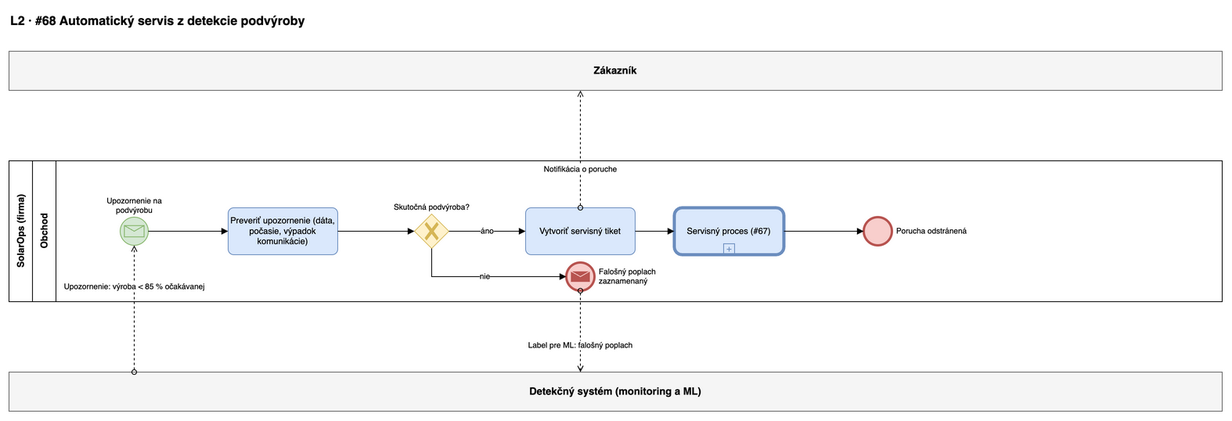
Earlier version of the draw.io export docs/bpmn/png/68-automaticky-servis.drawio.png (takacmichal/AISPU). Source tidied: cells renumbered, new cells last; positions are measured from the earlier drawing's top-left corner, leaving out a move shared by most shapes.
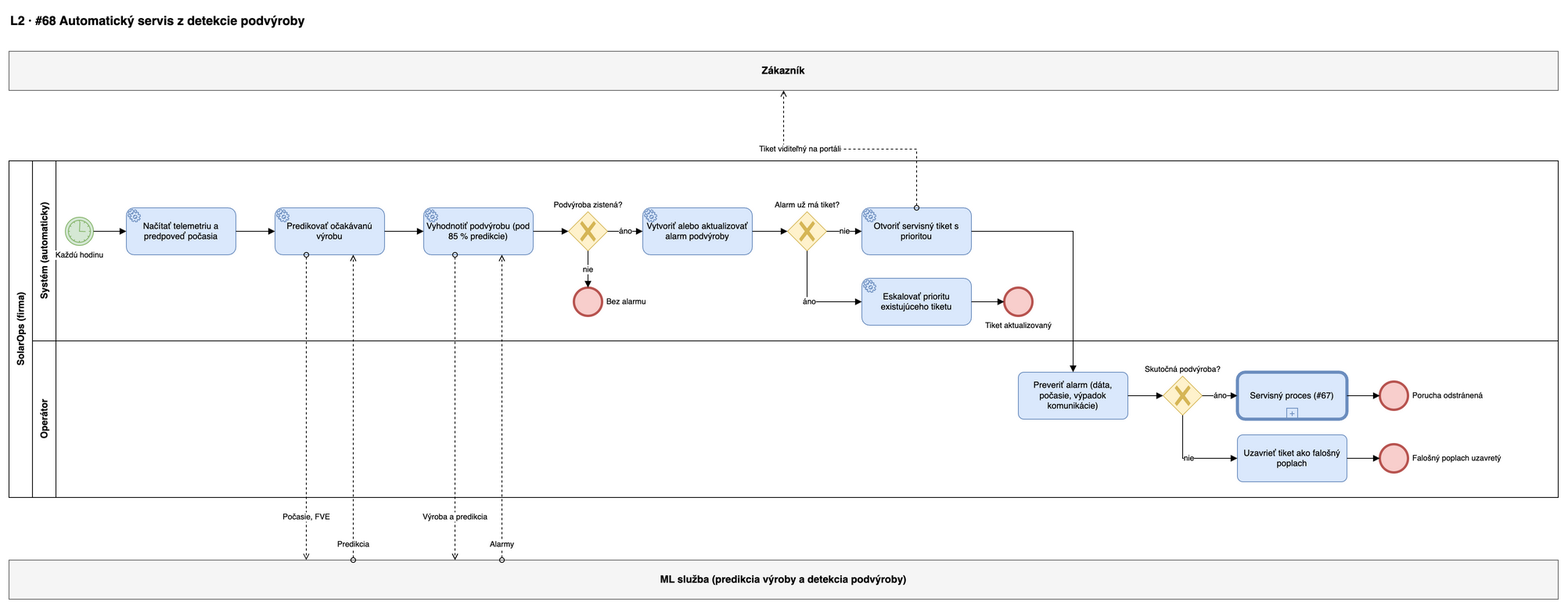
After the commit.

Diff of the diagram source:
```diff
@@ -6,64 +6,133 @@
       <mxGeometry width="900" height="30" as="geometry" />
     </mxCell>
     <mxCell id="3" value="Zákazník" style="rounded=0;whiteSpace=wrap;html=1;fillColor=#f5f5f5;strokeColor=#666666;fontStyle=1;fontSize=13;" parent="1" vertex="1">
-      <mxGeometry y="55" width="1550" height="50" as="geometry" />
+      <mxGeometry y="55" width="1980" height="50" as="geometry" />
     </mxCell>
-    <mxCell id="4" value="Detekčný systém (monitoring a ML)" style="rounded=0;whiteSpace=wrap;html=1;fillColor=#f5f5f5;strokeColor=#666666;fontStyle=1;fontSize=13;" parent="1" vertex="1">
-      <mxGeometry y="465" width="1550" height="50" as="geometry" />
+    <mxCell id="4" value="ML služba (predikcia výroby a detekcia podvýroby)" style="rounded=0;whiteSpace=wrap;html=1;fillColor=#f5f5f5;strokeColor=#666666;fontStyle=1;fontSize=13;" parent="1" vertex="1">
+      <mxGeometry y="705" width="1980" height="50" as="geometry" />
     </mxCell>
     <mxCell id="5" value="SolarOps (firma)" style="swimlane;horizontal=0;whiteSpace=wrap;html=1;startSize=30;fontStyle=1;fillColor=none;" parent="1" vertex="1">
-      <mxGeometry y="195" width="1550" height="180" as="geometry" />
+      <mxGeometry y="195" width="1980" height="430" as="geometry" />
     </mxCell>
-    <mxCell id="6" value="Obchod" style="swimlane;horizontal=0;whiteSpace=wrap;html=1;startSize=30;fillColor=none;" parent="5" vertex="1">
-      <mxGeometry x="30" width="1520" height="180" as="geometry" />
+    <mxCell id="6" value="Systém (automaticky)" style="swimlane;horizontal=0;whiteSpace=wrap;html=1;startSize=30;fillColor=none;" parent="5" vertex="1">
+      <mxGeometry x="30" width="1950" height="230" as="geometry" />
     </mxCell>
+    <mxCell id="23" value="Operátor" style="swimlane;horizontal=0;whiteSpace=wrap;html=1;startSize=30;fillColor=none;" parent="5" vertex="1">
+      <mxGeometry x="30" y="230" width="1950" height="200" as="geometry" />
+    </mxCell>
-    <mxCell id="7" value="Upozornenie na&lt;br&gt;podvýrobu" style="shape=mxgraph.bpmn.shape;html=1;labelBackgroundColor=#ffffff;perimeter=ellipsePerimeter;outlineConnect=0;fontSize=10;outline=standard;symbol=message;fillColor=#d5e8d4;strokeColor=#82b366;verticalLabelPosition=top;verticalAlign=bottom;labelPosition=center;align=center;" parent="6" vertex="1">
-      <mxGeometry x="112" y="72" width="36" height="36" as="geometry" />
+    <mxCell id="7" value="Každú hodinu" style="shape=mxgraph.bpmn.shape;html=1;labelBackgroundColor=#ffffff;perimeter=ellipsePerimeter;outlineConnect=0;fontSize=10;outline=standard;symbol=timer;fillColor=#d5e8d4;strokeColor=#82b366;verticalLabelPosition=bottom;verticalAlign=top;labelPosition=center;align=center;" parent="6" vertex="1">
+      <mxGeometry x="42" y="72" width="36" height="36" as="geometry" />
     </mxCell>
-    <mxCell id="8" value="Preveriť upozornenie (dáta, počasie, výpadok komunikácie)" style="rounded=1;whiteSpace=wrap;html=1;arcSize=12;fillColor=#dae8fc;strokeColor=#6c8ebf;fontSize=11;" parent="6" vertex="1">
-      <mxGeometry x="250" y="60" width="140" height="60" as="geometry" />
-    </mxCell>
+    <mxCell id="24" value="Načítať telemetriu a predpoveď počasia" style="shape=mxgraph.bpmn.task;html=1;whiteSpace=wrap;rectStyle=rounded;size=10;taskMarker=service;fillColor=#dae8fc;strokeColor=#6c8ebf;fontSize=11;" parent="6" vertex="1">
+      <mxGeometry x="120" y="60" width="140" height="60" as="geometry" />
+    </mxCell>
+    <mxCell id="25" value="Predikovať očakávanú výrobu" style="shape=mxgraph.bpmn.task;html=1;whiteSpace=wrap;rectStyle=rounded;size=10;taskMarker=service;fillColor=#dae8fc;strokeColor=#6c8ebf;fontSize=11;" parent="6" vertex="1">
+      <mxGeometry x="310" y="60" width="140" height="60" as="geometry" />
+    </mxCell>
+    <mxCell id="26" value="Vyhodnotiť podvýrobu (pod 85 % predikcie)" style="shape=mxgraph.bpmn.task;html=1;whiteSpace=wrap;rectStyle=rounded;size=10;taskMarker=service;fillColor=#dae8fc;strokeColor=#6c8ebf;fontSize=11;" parent="6" vertex="1">
+      <mxGeometry x="500" y="60" width="140" height="60" as="geometry" />
+    </mxCell>
+    <mxCell id="27" value="Podvýroba zistená?" style="shape=mxgraph.bpmn.gateway2;html=1;labelBackgroundColor=#ffffff;perimeter=rhombusPerimeter;outlineConnect=0;fillColor=#fff2cc;strokeColor=#d6b656;fontSize=10;outline=none;symbol=none;gwType=exclusive;verticalLabelPosition=top;verticalAlign=bottom;labelPosition=center;align=center;" parent="6" vertex="1">
+      <mxGeometry x="685" y="65" width="50" height="50" as="geometry" />
+    </mxCell>
+    <mxCell id="28" value="Bez alarmu" style="shape=mxgraph.bpmn.shape;html=1;labelBackgroundColor=#ffffff;perimeter=ellipsePerimeter;outlineConnect=0;fontSize=10;outline=end;symbol=general;fillColor=#f8cecc;strokeColor=#b85450;verticalLabelPosition=middle;verticalAlign=middle;labelPosition=right;align=left;spacingLeft=4;" parent="6" vertex="1">
+      <mxGeometry x="692" y="162" width="36" height="36" as="geometry" />
+    </mxCell>
+    <mxCell id="29" value="Vytvoriť alebo aktualizovať alarm podvýroby" style="shape=mxgraph.bpmn.task;html=1;whiteSpace=wrap;rectStyle=rounded;size=10;taskMarker=service;fillColor=#dae8fc;strokeColor=#6c8ebf;fontSize=11;" parent="6" vertex="1">
+      <mxGeometry x="780" y="60" width="140" height="60" as="geometry" />
+    </mxCell>
+    <mxCell id="30" value="Alarm už má tiket?" style="shape=mxgraph.bpmn.gateway2;html=1;labelBackgroundColor=#ffffff;perimeter=rhombusPerimeter;outlineConnect=0;fillColor=#fff2cc;strokeColor=#d6b656;fontSize=10;outline=none;symbol=none;gwType=exclusive;verticalLabelPosition=top;verticalAlign=bottom;labelPosition=center;align=center;" parent="6" vertex="1">
+      <mxGeometry x="965" y="65" width="50" height="50" as="geometry" />
+    </mxCell>
+    <mxCell id="31" value="Eskalovať prioritu existujúceho tiketu" style="shape=mxgraph.bpmn.task;html=1;whiteSpace=wrap;rectStyle=rounded;size=10;taskMarker=service;fillColor=#dae8fc;strokeColor=#6c8ebf;fontSize=11;" parent="6" vertex="1">
+      <mxGeometry x="1060" y="150" width="140" height="60" as="geometry" />
+    </mxCell>
+    <mxCell id="32" value="Tiket aktualizovaný" style="shape=mxgraph.bpmn.shape;html=1;labelBackgroundColor=#ffffff;perimeter=ellipsePerimeter;outlineConnect=0;fontSize=10;outline=end;symbol=general;fillColor=#f8cecc;strokeColor=#b85450;verticalLabelPosition=bottom;verticalAlign=top;labelPosition=center;align=center;" parent="6" vertex="1">
+      <mxGeometry x="1242" y="162" width="36" height="36" as="geometry" />
+    </mxCell>
+    <mxCell id="33" value="Otvoriť servisný tiket s prioritou" style="shape=mxgraph.bpmn.task;html=1;whiteSpace=wrap;rectStyle=rounded;size=10;taskMarker=service;fillColor=#dae8fc;strokeColor=#6c8ebf;fontSize=11;" parent="6" vertex="1">
+      <mxGeometry x="1060" y="60" width="140" height="60" as="geometry" />
+    </mxCell>
+    <mxCell id="34" value="Preveriť alarm (dáta, počasie, výpadok komunikácie)" style="rounded=1;whiteSpace=wrap;html=1;arcSize=12;fillColor=#dae8fc;strokeColor=#6c8ebf;fontSize=11;" parent="23" vertex="1">
+      <mxGeometry x="1260" y="40" width="140" height="60" as="geometry" />
+    </mxCell>
-    <mxCell id="9" value="Skutočná podvýroba?" style="shape=mxgraph.bpmn.gateway2;html=1;labelBackgroundColor=#ffffff;perimeter=rhombusPerimeter;outlineConnect=0;fillColor=#fff2cc;strokeColor=#d6b656;fontSize=10;outline=none;symbol=none;gwType=exclusive;verticalLabelPosition=top;verticalAlign=bottom;labelPosition=center;align=center;" parent="6" vertex="1">
-      <mxGeometry x="488" y="68" width="44" height="44" as="geometry" />
+    <mxCell id="9" value="Skutočná podvýroba?" style="shape=mxgraph.bpmn.gateway2;html=1;labelBackgroundColor=#ffffff;perimeter=rhombusPerimeter;outlineConnect=0;fillColor=#fff2cc;strokeColor=#d6b656;fontSize=10;outline=none;symbol=none;gwType=exclusive;verticalLabelPosition=top;verticalAlign=bottom;labelPosition=center;align=center;" parent="23" vertex="1">
+      <mxGeometry x="1445" y="45" width="50" height="50" as="geometry" />
     </mxCell>
-    <mxCell id="10" value="Falošný poplach&lt;br&gt;zaznamenaný" style="shape=mxgraph.bpmn.shape;html=1;labelBackgroundColor=#ffffff;perimeter=ellipsePerimeter;outlineConnect=0;fontSize=10;outline=end;symbol=message;fillColor=#f8cecc;strokeColor=#b85450;verticalLabelPosition=middle;verticalAlign=middle;labelPosition=right;align=left;spacingLeft=4;" parent="6" vertex="1">
-      <mxGeometry x="682" y="130" width="36" height="36" as="geometry" />
-    </mxCell>
-    <mxCell id="11" value="Vytvoriť servisný tiket" style="rounded=1;whiteSpace=wrap;html=1;arcSize=12;fillColor=#dae8fc;strokeColor=#6c8ebf;fontSize=11;" parent="6" vertex="1">
-      <mxGeometry x="630" y="60" width="140" height="60" as="geometry" />
-    </mxCell>
-    <mxCell id="12" value="Servisný proces (#67)" style="shape=mxgraph.bpmn.task;html=1;whiteSpace=wrap;rectStyle=rounded;size=10;taskMarker=abstract;isLoopSub=1;fillColor=#dae8fc;strokeColor=#6c8ebf;fontSize=11;bpmnShapeType=call;" parent="6" vertex="1">
-      <mxGeometry x="820" y="60" width="140" height="60" as="geometry" />
+    <mxCell id="12" value="Servisný proces (#67)" style="shape=mxgraph.bpmn.task;html=1;whiteSpace=wrap;rectStyle=rounded;size=10;taskMarker=abstract;isLoopSub=1;fillColor=#dae8fc;strokeColor=#6c8ebf;fontSize=11;bpmnShapeType=call;" parent="23" vertex="1">
+      <mxGeometry x="1540" y="40" width="140" height="60" as="geometry" />
     </mxCell>
-    <mxCell id="13" value="Porucha odstránená" style="shape=mxgraph.bpmn.shape;html=1;labelBackgroundColor=#ffffff;perimeter=ellipsePerimeter;outlineConnect=0;fontSize=10;outline=end;symbol=general;fillColor=#f8cecc;strokeColor=#b85450;verticalLabelPosition=middle;verticalAlign=middle;labelPosition=right;align=left;spacingLeft=4;" parent="6" vertex="1">
-      <mxGeometry x="1062" y="72" width="36" height="36" as="geometry" />
+    <mxCell id="13" value="Porucha odstránená" style="shape=mxgraph.bpmn.shape;html=1;labelBackgroundColor=#ffffff;perimeter=ellipsePerimeter;outlineConnect=0;fontSize=10;outline=end;symbol=general;fillColor=#f8cecc;strokeColor=#b85450;verticalLabelPosition=middle;verticalAlign=middle;labelPosition=right;align=left;spacingLeft=4;" parent="23" vertex="1">
+      <mxGeometry x="1722" y="52" width="36" height="36" as="geometry" />
     </mxCell>
+    <mxCell id="35" value="Uzavrieť tiket ako falošný poplach" style="rounded=1;whiteSpace=wrap;html=1;arcSize=12;fillColor=#dae8fc;strokeColor=#6c8ebf;fontSize=11;" parent="23" vertex="1">
+      <mxGeometry x="1540" y="120" width="140" height="60" as="geometry" />
+    </mxCell>
+    <mxCell id="36" value="Falošný poplach uzavretý" style="shape=mxgraph.bpmn.shape;html=1;labelBackgroundColor=#ffffff;perimeter=ellipsePerimeter;outlineConnect=0;fontSize=10;outline=end;symbol=general;fillColor=#f8cecc;strokeColor=#b85450;verticalLabelPosition=middle;verticalAlign=middle;labelPosition=right;align=left;spacingLeft=4;" parent="23" vertex="1">
+      <mxGeometry x="1722" y="132" width="36" height="36" as="geometry" />
+    </mxCell>
-    <mxCell id="14" style="edgeStyle=orthogonalEdgeStyle;rounded=0;html=1;endArrow=block;endFill=1;fontSize=10;labelBackgroundColor=#ffffff;exitX=1;exitY=0.5;entryX=0;entryY=0.5;" parent="1" edge="1" source="7" target="8">
+    <mxCell id="14" style="edgeStyle=orthogonalEdgeStyle;rounded=0;html=1;endArrow=block;endFill=1;fontSize=10;labelBackgroundColor=#ffffff;exitX=1;exitY=0.5;entryX=0;entryY=0.5;" parent="1" edge="1" source="7" target="24">
       <mxGeometry relative="1" as="geometry" />
     </mxCell>
-    <mxCell id="15" style="edgeStyle=orthogonalEdgeStyle;rounded=0;html=1;endArrow=block;endFill=1;fontSize=10;labelBackgroundColor=#ffffff;exitX=1;exitY=0.5;entryX=0;entryY=0.5;" parent="1" edge="1" source="8" target="9">
+    <mxCell id="15" style="edgeStyle=orthogonalEdgeStyle;rounded=0;html=1;endArrow=block;endFill=1;fontSize=10;labelBackgroundColor=#ffffff;exitX=1;exitY=0.5;entryX=0;entryY=0.5;" parent="1" edge="1" source="24" target="25">
       <mxGeometry relative="1" as="geometry" />
     </mxCell>
-    <mxCell id="16" value="nie" style="edgeStyle=orthogonalEdgeStyle;rounded=0;html=1;endArrow=block;endFill=1;fontSize=10;labelBackgroundColor=#ffffff;exitX=0.5;exitY=1;entryX=0;entryY=0.5;" parent="1" edge="1" source="9" target="10">
+    <mxCell id="16" style="edgeStyle=orthogonalEdgeStyle;rounded=0;html=1;endArrow=block;endFill=1;fontSize=10;labelBackgroundColor=#ffffff;exitX=1;exitY=0.5;entryX=0;entryY=0.5;" parent="1" edge="1" source="25" target="26">
       <mxGeometry relative="1" as="geometry" />
     </mxCell>
-    <mxCell id="17" value="áno" style="edgeStyle=orthogonalEdgeStyle;rounded=0;html=1;endArrow=block;endFill=1;fontSize=10;labelBackgroundColor=#ffffff;exitX=1;exitY=0.5;entryX=0;entryY=0.5;" parent="1" edge="1" source="9" target="11">
+    <mxCell id="17" style="edgeStyle=orthogonalEdgeStyle;rounded=0;html=1;endArrow=block;endFill=1;fontSize=10;labelBackgroundColor=#ffffff;exitX=1;exitY=0.5;entryX=0;entryY=0.5;" parent="1" edge="1" source="26" target="27">
       <mxGeometry relative="1" as="geometry" />
     </mxCell>
-    <mxCell id="18" style="edgeStyle=orthogonalEdgeStyle;rounded=0;html=1;endArrow=block;endFill=1;fontSize=10;labelBackgroundColor=#ffffff;exitX=1;exitY=0.5;entryX=0;entryY=0.5;" parent="1" edge="1" source="11" target="12">
+    <mxCell id="18" value="áno" style="edgeStyle=orthogonalEdgeStyle;rounded=0;html=1;endArrow=block;endFill=1;fontSize=10;labelBackgroundColor=#ffffff;exitX=1;exitY=0.5;entryX=0;entryY=0.5;" parent="1" edge="1" source="27" target="29">
       <mxGeometry relative="1" as="geometry" />
     </mxCell>
-    <mxCell id="19" style="edgeStyle=orthogonalEdgeStyle;rounded=0;html=1;endArrow=block;endFill=1;fontSize=10;labelBackgroundColor=#ffffff;exitX=1;exitY=0.5;entryX=0;entryY=0.5;" parent="1" edge="1" source="12" target="13">
+    <mxCell id="19" value="nie" style="edgeStyle=orthogonalEdgeStyle;rounded=0;html=1;endArrow=block;endFill=1;fontSize=10;labelBackgroundColor=#ffffff;exitX=0.5;exitY=1;entryX=0.5;entryY=0;" parent="1" edge="1" source="27" target="28">
       <mxGeometry relative="1" as="geometry" />
     </mxCell>
-    <mxCell id="20" value="Upozornenie: výroba &lt; 85 % očakávanej" style="edgeStyle=orthogonalEdgeStyle;rounded=0;html=1;dashed=1;endArrow=open;endFill=0;startArrow=oval;startFill=0;fontSize=10;labelBackgroundColor=#ffffff;exitX=0.1032;exitY=0;entryX=0.5;entryY=1;" parent="1" edge="1" source="4" target="7">
-      <mxGeometry x="0.35" relative="1" as="geometry" />
+    <mxCell id="20" style="edgeStyle=orthogonalEdgeStyle;rounded=0;html=1;endArrow=block;endFill=1;fontSize=10;labelBackgroundColor=#ffffff;exitX=1;exitY=0.5;entryX=0;entryY=0.5;" parent="1" edge="1" source="29" target="30">
+      <mxGeometry relative="1" as="geometry" />
     </mxCell>
-    <mxCell id="21" value="Label pre ML: falošný poplach" style="edgeStyle=orthogonalEdgeStyle;rounded=0;html=1;dashed=1;endArrow=open;endFill=0;startArrow=oval;startFill=0;fontSize=10;labelBackgroundColor=#ffffff;exitX=0.5;exitY=1;entryX=0.4710;entryY=0;" parent="1" edge="1" source="10" target="4">
-      <mxGeometry x="0.35" relative="1" as="geometry" />
+    <mxCell id="21" value="nie" style="edgeStyle=orthogonalEdgeStyle;rounded=0;html=1;endArrow=block;endFill=1;fontSize=10;labelBackgroundColor=#ffffff;exitX=1;exitY=0.5;entryX=0;entryY=0.5;" parent="1" edge="1" source="30" target="33">
+      <mxGeometry relative="1" as="geometry" />
     </mxCell>
-    <mxCell id="22" value="Notifikácia o poruche" style="edgeStyle=orthogonalEdgeStyle;rounded=0;html=1;dashed=1;endArrow=open;endFill=0;startArrow=oval;startFill=0;fontSize=10;labelBackgroundColor=#ffffff;exitX=0.5;exitY=0;entryX=0.4710;entryY=1;" parent="1" edge="1" source="11" target="3">
-      <mxGeometry x="-0.35" relative="1" as="geometry" />
+    <mxCell id="22" value="áno" style="edgeStyle=orthogonalEdgeStyle;rounded=0;html=1;endArrow=block;endFill=1;fontSize=10;labelBackgroundColor=#ffffff;exitX=0.5;exitY=1;entryX=0;entryY=0.5;" parent="1" edge="1" source="30" target="31">
+      <mxGeometry relative="1" as="geometry" />
     </mxCell>
+    <mxCell id="37" style="edgeStyle=orthogonalEdgeStyle;rounded=0;html=1;endArrow=block;endFill=1;fontSize=10;labelBackgroundColor=#ffffff;exitX=1;exitY=0.5;entryX=0;entryY=0.5;" parent="1" edge="1" source="31" target="32">
+      <mxGeometry relative="1" as="geometry" />
+    </mxCell>
+    <mxCell id="38" style="edgeStyle=orthogonalEdgeStyle;rounded=0;html=1;endArrow=block;endFill=1;fontSize=10;labelBackgroundColor=#ffffff;exitX=1;exitY=0.5;entryX=0.5;entryY=0;" parent="1" edge="1" source="33" target="34">
+      <mxGeometry relative="1" as="geometry" />
+    </mxCell>
+    <mxCell id="39" style="edgeStyle=orthogonalEdgeStyle;rounded=0;html=1;endArrow=block;endFill=1;fontSize=10;labelBackgroundColor=#ffffff;exitX=1;exitY=0.5;entryX=0;entryY=0.5;" parent="1" edge="1" source="34" target="9">
+      <mxGeometry relative="1" as="geometry" />
+    </mxCell>
+    <mxCell id="40" value="áno" style="edgeStyle=orthogonalEdgeStyle;rounded=0;html=1;endArrow=block;endFill=1;fontSize=10;labelBackgroundColor=#ffffff;exitX=1;exitY=0.5;entryX=0;entryY=0.5;" parent="1" edge="1" source="9" target="12">
+      <mxGeometry relative="1" as="geometry" />
+    </mxCell>
+    <mxCell id="41" style="edgeStyle=orthogonalEdgeStyle;rounded=0;html=1;endArrow=block;endFill=1;fontSize=10;labelBackgroundColor=#ffffff;exitX=1;exitY=0.5;entryX=0;entryY=0.5;" parent="1" edge="1" source="12" target="13">
+      <mxGeometry relative="1" as="geometry" />
+    </mxCell>
+    <mxCell id="42" value="nie" style="edgeStyle=orthogonalEdgeStyle;rounded=0;html=1;endArrow=block;endFill=1;fontSize=10;labelBackgroundColor=#ffffff;exitX=0.5;exitY=1;entryX=0;entryY=0.5;" parent="1" edge="1" source="9" target="35">
+      <mxGeometry relative="1" as="geometry" />
+    </mxCell>
+    <mxCell id="43" style="edgeStyle=orthogonalEdgeStyle;rounded=0;html=1;endArrow=block;endFill=1;fontSize=10;labelBackgroundColor=#ffffff;exitX=1;exitY=0.5;entryX=0;entryY=0.5;" parent="1" edge="1" source="35" target="36">
+      <mxGeometry relative="1" as="geometry" />
+    </mxCell>
+    <mxCell id="44" value="Počasie, FVE" style="edgeStyle=orthogonalEdgeStyle;rounded=0;html=1;dashed=1;endArrow=open;endFill=0;startArrow=oval;startFill=0;fontSize=10;labelBackgroundColor=#ffffff;exitX=0.286;exitY=1;entryX=0.1919;entryY=0;" parent="1" edge="1" source="25" target="4">
+      <mxGeometry x="0.72" relative="1" as="geometry" />
+    </mxCell>
+    <mxCell id="45" value="Predikcia" style="edgeStyle=orthogonalEdgeStyle;rounded=0;html=1;dashed=1;endArrow=open;endFill=0;startArrow=oval;startFill=0;fontSize=10;labelBackgroundColor=#ffffff;exitX=0.2222;exitY=0;entryX=0.714;entryY=1;" parent="1" edge="1" source="4" target="25">
+      <mxGeometry x="-0.9" relative="1" as="geometry" />
+    </mxCell>
+    <mxCell id="46" value="Výroba a predikcia" style="edgeStyle=orthogonalEdgeStyle;rounded=0;html=1;dashed=1;endArrow=open;endFill=0;startArrow=oval;startFill=0;fontSize=10;labelBackgroundColor=#ffffff;exitX=0.286;exitY=1;entryX=0.2879;entryY=0;" parent="1" edge="1" source="26" target="4">
+      <mxGeometry x="0.72" relative="1" as="geometry" />
+    </mxCell>
+    <mxCell id="47" value="Alarmy" style="edgeStyle=orthogonalEdgeStyle;rounded=0;html=1;dashed=1;endArrow=open;endFill=0;startArrow=oval;startFill=0;fontSize=10;labelBackgroundColor=#ffffff;exitX=0.3182;exitY=0;entryX=0.714;entryY=1;" parent="1" edge="1" source="4" target="26">
+      <mxGeometry x="-0.9" relative="1" as="geometry" />
+    </mxCell>
+    <mxCell id="48" value="Tiket viditeľný na portáli" style="edgeStyle=orthogonalEdgeStyle;rounded=0;html=1;dashed=1;endArrow=open;endFill=0;startArrow=oval;startFill=0;fontSize=10;labelBackgroundColor=#ffffff;exitX=0.5;exitY=0;entryX=0.5;entryY=1;" parent="1" edge="1" source="33" target="3">
+      <mxGeometry x="0.4" relative="1" as="geometry" />
+    </mxCell>
   </root>
 </mxGraphModel>
```
